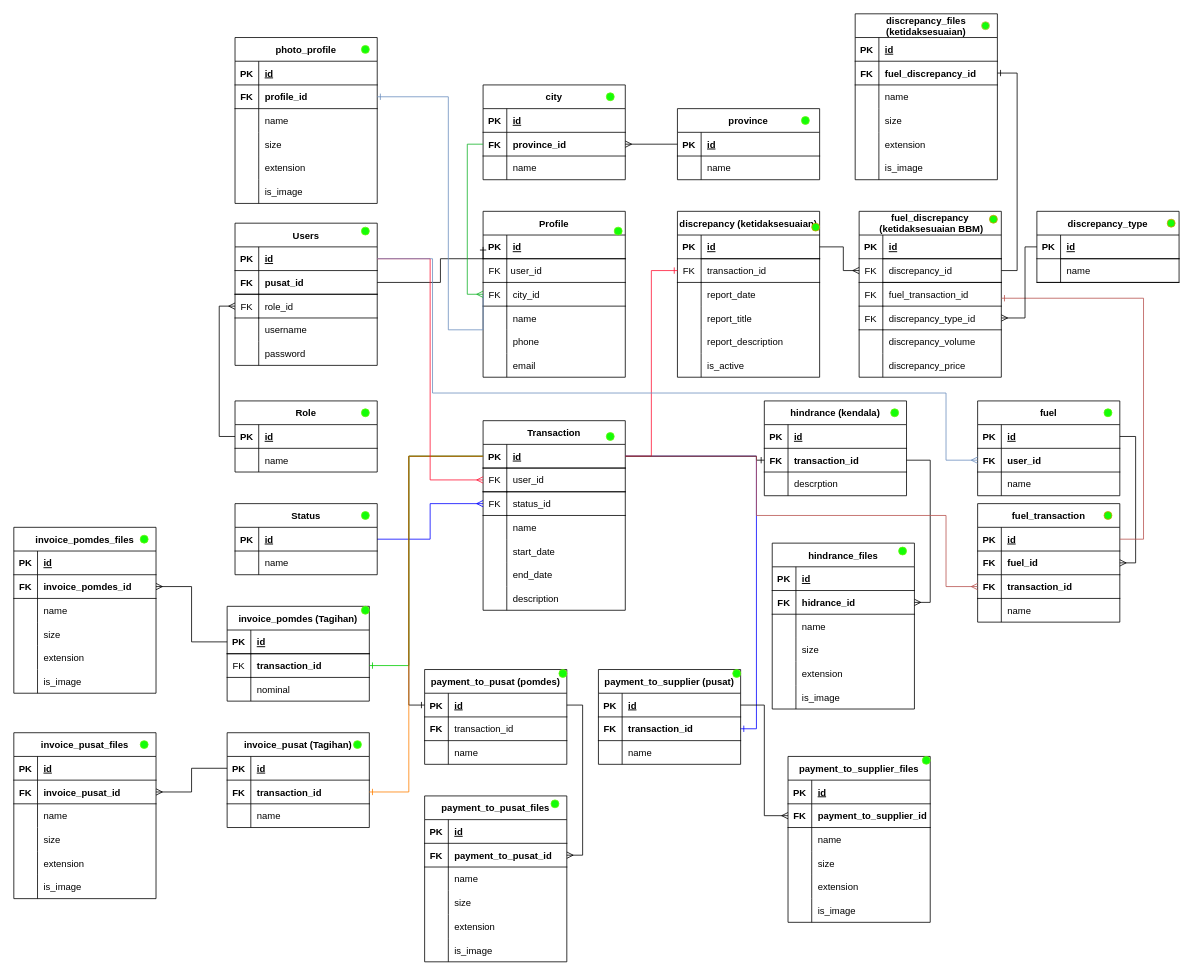
Above: PomdesDB.drawio in Faris072/pomdes (draw.io), before the change. Source tidied: cells renumbered, new cells numbered last; positions are measured from the earlier drawing's top-left corner, leaving out a move shared by most shapes. Both pictures are drawn from the tidied source at 79%, with x=0, y=0 at pixel (13, 13).
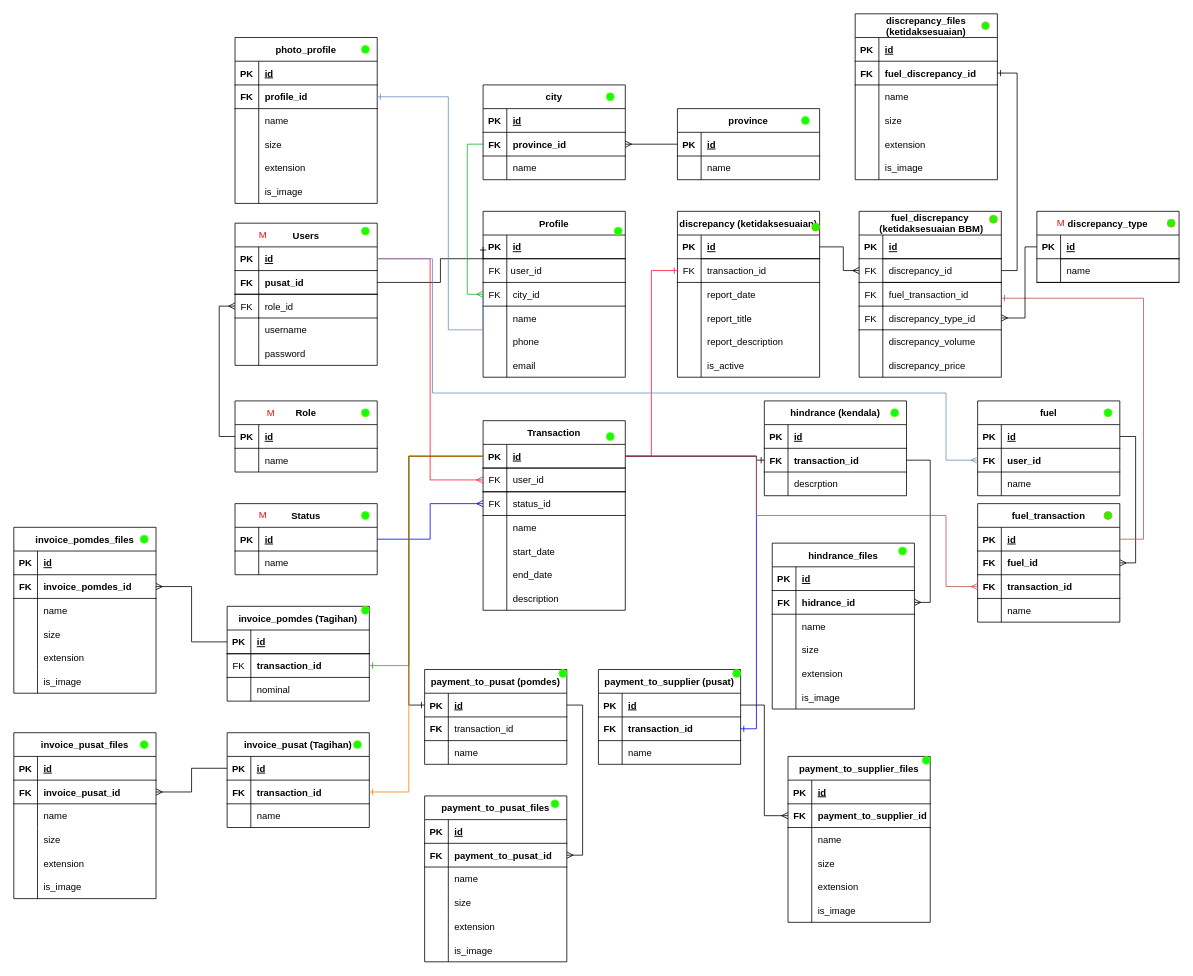
Above is the later version.

What changed in the source:
```diff
@@
+    <mxCell id="390" value="&lt;font color=&quot;#f10909&quot;&gt;M&lt;/font&gt;" style="text;html=1;align=center;verticalAlign=middle;strokeColor=none;fillColor=none;" parent="1" vertex="1">
+      <mxGeometry x="310" y="490" width="30" height="30" as="geometry" />
+    </mxCell>
+    <mxCell id="391" value="&lt;font color=&quot;#f10909&quot;&gt;M&lt;/font&gt;" style="text;html=1;align=center;verticalAlign=middle;strokeColor=none;fillColor=none;" parent="1" vertex="1">
+      <mxGeometry x="300" y="620" width="30" height="30" as="geometry" />
+    </mxCell>
+    <mxCell id="392" value="&lt;font color=&quot;#f10909&quot;&gt;M&lt;/font&gt;" style="text;html=1;align=center;verticalAlign=middle;strokeColor=none;fillColor=none;" parent="1" vertex="1">
+      <mxGeometry x="300" y="265" width="30" height="30" as="geometry" />
+    </mxCell>
+    <mxCell id="393" value="&lt;font color=&quot;#f10909&quot;&gt;M&lt;/font&gt;" style="text;html=1;align=center;verticalAlign=middle;strokeColor=none;fillColor=none;" parent="1" vertex="1">
+      <mxGeometry x="1310" y="250" width="30" height="30" as="geometry" />
+    </mxCell>
```
